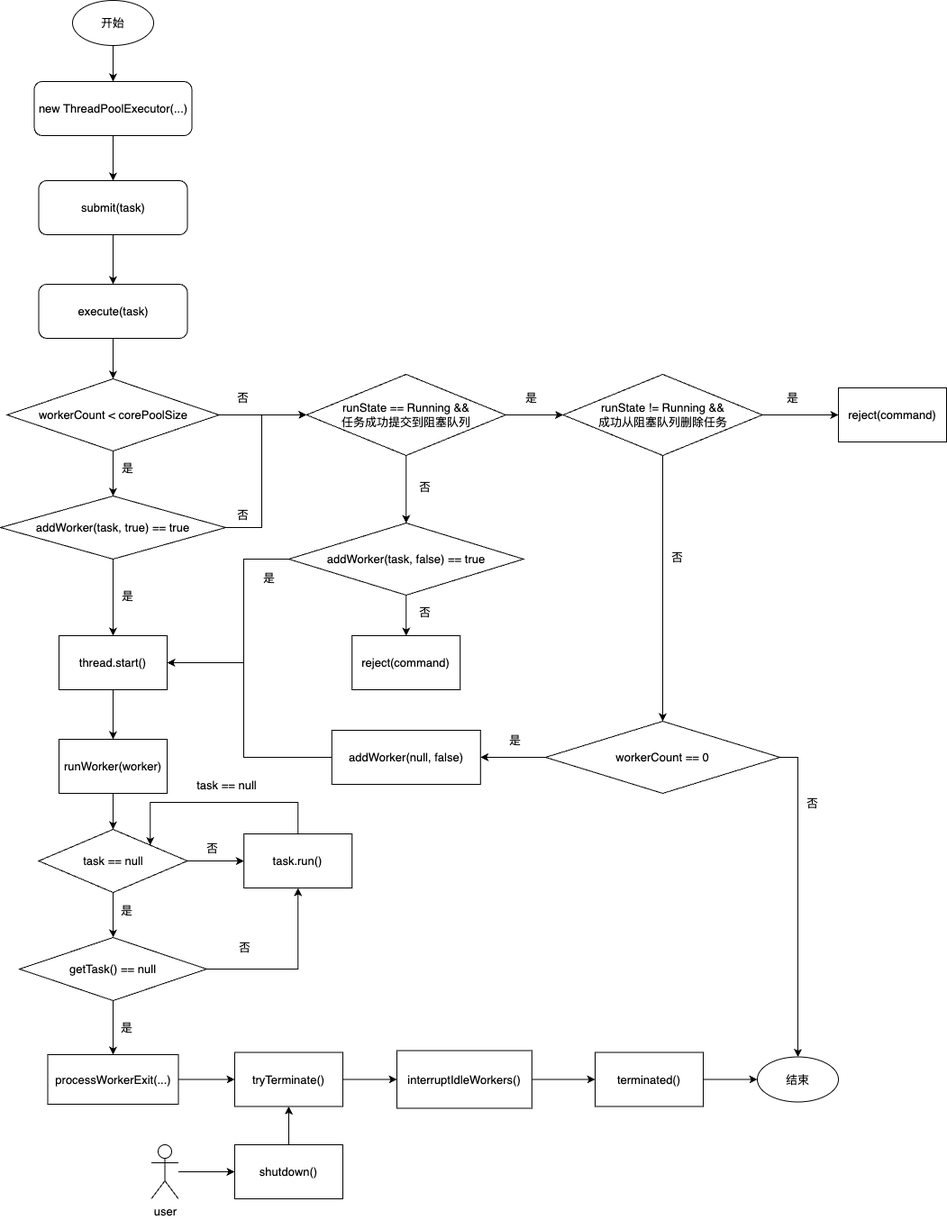
Earlier version of the draw.io export images/java/整体流程.drawio.png (Shaun2016/Shaun2016.github.io). Source tidied: cells renumbered, new cells last; positions are measured from the earlier drawing's top-left corner, leaving out a move shared by most shapes. Its diagram source:
```xml
<mxGraphModel>
  <root>
    <mxCell id="0" />
    <mxCell id="1" parent="0" />
    <mxCell id="2" style="edgeStyle=orthogonalEdgeStyle;rounded=0;jettySize=auto;html=1;entryX=0.5;entryY=0;entryDx=0;entryDy=0;fontSize=13;" parent="1" edge="1" source="3" target="5">
      <mxGeometry relative="1" as="geometry" />
    </mxCell>
    <mxCell id="3" value="开始" style="ellipse;whiteSpace=wrap;html=1;fontSize=13;" parent="1" vertex="1">
      <mxGeometry x="80" width="90" height="50" as="geometry" />
    </mxCell>
    <mxCell id="4" style="edgeStyle=orthogonalEdgeStyle;rounded=0;jettySize=auto;html=1;entryX=0.5;entryY=0;entryDx=0;entryDy=0;fontSize=13;" parent="1" edge="1" source="5" target="7">
      <mxGeometry relative="1" as="geometry" />
    </mxCell>
    <mxCell id="5" value="new ThreadPoolExecutor(...)" style="rounded=1;whiteSpace=wrap;html=1;fontSize=13;" parent="1" vertex="1">
      <mxGeometry x="37.5" y="90" width="175" height="60" as="geometry" />
    </mxCell>
    <mxCell id="6" style="edgeStyle=orthogonalEdgeStyle;rounded=0;jettySize=auto;html=1;exitX=0.5;exitY=1;exitDx=0;exitDy=0;entryX=0.5;entryY=0;entryDx=0;entryDy=0;fontSize=13;" parent="1" edge="1" source="7" target="9">
      <mxGeometry relative="1" as="geometry" />
    </mxCell>
    <mxCell id="7" value="submit(task)" style="rounded=1;whiteSpace=wrap;html=1;fontSize=13;" parent="1" vertex="1">
      <mxGeometry x="42.5" y="200" width="165" height="60" as="geometry" />
    </mxCell>
    <mxCell id="8" style="edgeStyle=orthogonalEdgeStyle;rounded=0;jettySize=auto;html=1;entryX=0.5;entryY=0;entryDx=0;entryDy=0;fontSize=13;" parent="1" edge="1" source="9" target="14">
      <mxGeometry relative="1" as="geometry" />
    </mxCell>
    <mxCell id="9" value="execute(task)" style="rounded=1;whiteSpace=wrap;html=1;fontSize=13;" parent="1" vertex="1">
      <mxGeometry x="42.5" y="315" width="165" height="60" as="geometry" />
    </mxCell>
    <mxCell id="10" style="edgeStyle=orthogonalEdgeStyle;rounded=0;jettySize=auto;html=1;entryX=0.5;entryY=0;entryDx=0;entryDy=0;fontSize=13;" parent="1" edge="1" source="14" target="30">
      <mxGeometry relative="1" as="geometry" />
    </mxCell>
    <mxCell id="11" value="是" style="edgeLabel;html=1;align=center;verticalAlign=middle;fontSize=13;" parent="10" vertex="1">
      <mxGeometry x="-0.27" y="-1" relative="1" as="geometry">
        <mxPoint x="16" as="offset" />
      </mxGeometry>
    </mxCell>
    <mxCell id="12" style="edgeStyle=orthogonalEdgeStyle;rounded=0;jettySize=auto;html=1;exitX=1;exitY=0.5;exitDx=0;exitDy=0;entryX=0;entryY=0.5;entryDx=0;entryDy=0;fontSize=13;" parent="1" edge="1" source="14" target="19">
      <mxGeometry relative="1" as="geometry" />
    </mxCell>
    <mxCell id="13" value="否" style="edgeLabel;html=1;align=center;verticalAlign=middle;fontSize=13;" parent="12" vertex="1">
      <mxGeometry x="-0.21" y="1" relative="1" as="geometry">
        <mxPoint x="-13" y="-19" as="offset" />
      </mxGeometry>
    </mxCell>
    <mxCell id="14" value="workerCount &amp;lt; corePoolSize" style="rhombus;whiteSpace=wrap;html=1;fontSize=13;" parent="1" vertex="1">
      <mxGeometry x="7.5" y="420" width="235" height="80" as="geometry" />
    </mxCell>
    <mxCell id="15" style="edgeStyle=orthogonalEdgeStyle;rounded=0;jettySize=auto;html=1;fontSize=13;" parent="1" edge="1" source="19" target="24">
      <mxGeometry relative="1" as="geometry" />
    </mxCell>
    <mxCell id="16" value="是" style="edgeLabel;html=1;align=center;verticalAlign=middle;fontSize=13;" parent="15" vertex="1">
      <mxGeometry x="-0.11" y="2" relative="1" as="geometry">
        <mxPoint y="-18" as="offset" />
      </mxGeometry>
    </mxCell>
    <mxCell id="17" style="edgeStyle=orthogonalEdgeStyle;rounded=0;jettySize=auto;html=1;exitX=0.5;exitY=1;exitDx=0;exitDy=0;entryX=0.5;entryY=0;entryDx=0;entryDy=0;fontSize=13;" parent="1" edge="1" source="19" target="42">
      <mxGeometry relative="1" as="geometry" />
    </mxCell>
    <mxCell id="18" value="否" style="edgeLabel;html=1;align=center;verticalAlign=middle;fontSize=13;" parent="17" vertex="1">
      <mxGeometry x="-0.09" y="-1" relative="1" as="geometry">
        <mxPoint x="21" as="offset" />
      </mxGeometry>
    </mxCell>
    <mxCell id="19" value="&lt;span&gt;runState&amp;nbsp;== Running &amp;amp;&amp;amp;&lt;/span&gt;&lt;div&gt;任务&lt;span style=&quot;background-color: transparent; color: light-dark(rgb(0, 0, 0), rgb(255, 255, 255));&quot;&gt;成功&lt;/span&gt;&lt;span style=&quot;background-color: transparent; color: light-dark(rgb(0, 0, 0), rgb(255, 255, 255));&quot;&gt;提交到阻塞队列&lt;/span&gt;&lt;/div&gt;" style="rhombus;whiteSpace=wrap;html=1;fontSize=13;" parent="1" vertex="1">
      <mxGeometry x="339.8" y="415" width="221" height="90" as="geometry" />
    </mxCell>
    <mxCell id="20" style="edgeStyle=orthogonalEdgeStyle;rounded=0;jettySize=auto;html=1;fontSize=13;" parent="1" edge="1" source="24" target="25">
      <mxGeometry relative="1" as="geometry" />
    </mxCell>
    <mxCell id="21" value="是" style="edgeLabel;html=1;align=center;verticalAlign=middle;fontSize=13;" parent="20" vertex="1">
      <mxGeometry x="-0.23" relative="1" as="geometry">
        <mxPoint x="1" y="-20" as="offset" />
      </mxGeometry>
    </mxCell>
    <mxCell id="22" style="edgeStyle=orthogonalEdgeStyle;rounded=0;jettySize=auto;html=1;exitX=0.5;exitY=1;exitDx=0;exitDy=0;entryX=0.5;entryY=0;entryDx=0;entryDy=0;fontSize=13;" parent="1" edge="1" source="24" target="37">
      <mxGeometry relative="1" as="geometry" />
    </mxCell>
    <mxCell id="23" value="否" style="edgeLabel;html=1;align=center;verticalAlign=middle;fontSize=13;" parent="22" vertex="1">
      <mxGeometry x="-0.27" y="2" relative="1" as="geometry">
        <mxPoint x="13" y="5" as="offset" />
      </mxGeometry>
    </mxCell>
    <mxCell id="24" value="&lt;span&gt;runState != Running &amp;amp;&amp;amp;&lt;/span&gt;&lt;div&gt;成功从阻塞队列删除任务&lt;/div&gt;" style="rhombus;whiteSpace=wrap;html=1;fontSize=13;" parent="1" vertex="1">
      <mxGeometry x="624.5" y="415" width="221" height="90" as="geometry" />
    </mxCell>
    <mxCell id="25" value="reject(command)" style="whiteSpace=wrap;html=1;fontSize=13;" parent="1" vertex="1">
      <mxGeometry x="930" y="430" width="120" height="60" as="geometry" />
    </mxCell>
    <mxCell id="26" style="edgeStyle=orthogonalEdgeStyle;rounded=0;jettySize=auto;html=1;fontSize=13;" parent="1" edge="1" source="30" target="32">
      <mxGeometry relative="1" as="geometry" />
    </mxCell>
    <mxCell id="27" value="是" style="edgeLabel;html=1;align=center;verticalAlign=middle;fontSize=13;" parent="26" vertex="1">
      <mxGeometry x="-0.06" y="-3" relative="1" as="geometry">
        <mxPoint x="18" as="offset" />
      </mxGeometry>
    </mxCell>
    <mxCell id="28" style="edgeStyle=orthogonalEdgeStyle;rounded=0;jettySize=auto;html=1;entryX=0;entryY=0.5;entryDx=0;entryDy=0;fontSize=13;" parent="1" edge="1" source="30" target="19">
      <mxGeometry relative="1" as="geometry">
        <Array as="points">
          <mxPoint x="290" y="585" />
          <mxPoint x="290" y="460" />
        </Array>
      </mxGeometry>
    </mxCell>
    <mxCell id="29" value="否" style="edgeLabel;html=1;align=center;verticalAlign=middle;fontSize=13;" parent="28" vertex="1">
      <mxGeometry x="-0.65" y="1" relative="1" as="geometry">
        <mxPoint x="-19" y="-14" as="offset" />
      </mxGeometry>
    </mxCell>
    <mxCell id="30" value="addWorker(task, true) == true" style="rhombus;whiteSpace=wrap;html=1;fontSize=13;" parent="1" vertex="1">
      <mxGeometry y="550" width="250" height="70" as="geometry" />
    </mxCell>
    <mxCell id="31" style="edgeStyle=orthogonalEdgeStyle;rounded=0;jettySize=auto;html=1;fontSize=13;" parent="1" edge="1" source="32" target="45">
      <mxGeometry relative="1" as="geometry" />
    </mxCell>
    <mxCell id="32" value="thread.start()" style="whiteSpace=wrap;html=1;fontSize=13;" parent="1" vertex="1">
      <mxGeometry x="65" y="705" width="120" height="60" as="geometry" />
    </mxCell>
    <mxCell id="33" style="edgeStyle=orthogonalEdgeStyle;rounded=0;jettySize=auto;html=1;fontSize=13;" parent="1" edge="1" source="37" target="47">
      <mxGeometry relative="1" as="geometry" />
    </mxCell>
    <mxCell id="34" value="是" style="edgeLabel;html=1;align=center;verticalAlign=middle;fontSize=13;" parent="33" vertex="1">
      <mxGeometry x="-0.01" y="-2" relative="1" as="geometry">
        <mxPoint x="1" y="-18" as="offset" />
      </mxGeometry>
    </mxCell>
    <mxCell id="35" style="edgeStyle=orthogonalEdgeStyle;rounded=0;jettySize=auto;html=1;exitX=1;exitY=0.5;exitDx=0;exitDy=0;fontSize=13;" parent="1" edge="1" source="37" target="71">
      <mxGeometry relative="1" as="geometry" />
    </mxCell>
    <mxCell id="36" value="否" style="edgeLabel;html=1;align=center;verticalAlign=middle;fontSize=13;" parent="35" vertex="1">
      <mxGeometry x="-0.61" relative="1" as="geometry">
        <mxPoint x="15" y="1" as="offset" />
      </mxGeometry>
    </mxCell>
    <mxCell id="37" value="workerCount == 0" style="rhombus;whiteSpace=wrap;html=1;fontSize=13;" parent="1" vertex="1">
      <mxGeometry x="605" y="800" width="260" height="80" as="geometry" />
    </mxCell>
    <mxCell id="38" style="edgeStyle=orthogonalEdgeStyle;rounded=0;jettySize=auto;html=1;exitX=0;exitY=0.5;exitDx=0;exitDy=0;entryX=1;entryY=0.5;entryDx=0;entryDy=0;fontSize=13;" parent="1" edge="1" source="42" target="32">
      <mxGeometry relative="1" as="geometry">
        <Array as="points">
          <mxPoint x="270" y="620" />
          <mxPoint x="270" y="735" />
        </Array>
      </mxGeometry>
    </mxCell>
    <mxCell id="39" value="是" style="edgeLabel;html=1;align=center;verticalAlign=middle;fontSize=13;" parent="38" vertex="1">
      <mxGeometry x="-0.74" y="4" relative="1" as="geometry">
        <mxPoint x="10" y="16" as="offset" />
      </mxGeometry>
    </mxCell>
    <mxCell id="40" style="edgeStyle=orthogonalEdgeStyle;rounded=0;jettySize=auto;html=1;exitX=0.5;exitY=1;exitDx=0;exitDy=0;entryX=0.5;entryY=0;entryDx=0;entryDy=0;fontSize=13;" parent="1" edge="1" source="42" target="43">
      <mxGeometry relative="1" as="geometry" />
    </mxCell>
    <mxCell id="41" value="否" style="edgeLabel;html=1;align=center;verticalAlign=middle;fontSize=13;" parent="40" vertex="1">
      <mxGeometry x="-0.2" y="-3" relative="1" as="geometry">
        <mxPoint x="23" as="offset" />
      </mxGeometry>
    </mxCell>
    <mxCell id="42" value="addWorker(task, false) == true" style="rhombus;whiteSpace=wrap;html=1;fontSize=13;" parent="1" vertex="1">
      <mxGeometry x="320" y="580" width="260.5" height="80" as="geometry" />
    </mxCell>
    <mxCell id="43" value="reject(command)" style="whiteSpace=wrap;html=1;fontSize=13;" parent="1" vertex="1">
      <mxGeometry x="390.2" y="705" width="120" height="60" as="geometry" />
    </mxCell>
    <mxCell id="44" style="edgeStyle=orthogonalEdgeStyle;rounded=0;jettySize=auto;html=1;exitX=0.5;exitY=1;exitDx=0;exitDy=0;entryX=0.5;entryY=0;entryDx=0;entryDy=0;fontSize=13;" parent="1" edge="1" source="45" target="51">
      <mxGeometry relative="1" as="geometry" />
    </mxCell>
    <mxCell id="45" value="runWorker(worker)" style="whiteSpace=wrap;html=1;fontSize=13;" parent="1" vertex="1">
      <mxGeometry x="65" y="820" width="120" height="60" as="geometry" />
    </mxCell>
    <mxCell id="46" style="edgeStyle=orthogonalEdgeStyle;rounded=0;jettySize=auto;html=1;exitX=0;exitY=0.5;exitDx=0;exitDy=0;entryX=1;entryY=0.5;entryDx=0;entryDy=0;fontSize=13;" parent="1" edge="1" source="47" target="32">
      <mxGeometry relative="1" as="geometry">
        <Array as="points">
          <mxPoint x="270" y="840" />
          <mxPoint x="270" y="735" />
        </Array>
      </mxGeometry>
    </mxCell>
    <mxCell id="47" value="addWorker(null, false)" style="whiteSpace=wrap;html=1;fontSize=13;" parent="1" vertex="1">
      <mxGeometry x="367.8" y="810" width="165" height="60" as="geometry" />
    </mxCell>
    <mxCell id="48" value="是" style="edgeStyle=orthogonalEdgeStyle;rounded=0;jettySize=auto;html=1;exitX=0.5;exitY=1;exitDx=0;exitDy=0;fontSize=13;" parent="1" edge="1" source="51" target="58">
      <mxGeometry x="-0.2" y="15" relative="1" as="geometry" />
    </mxCell>
    <mxCell id="49" style="edgeStyle=orthogonalEdgeStyle;rounded=0;jettySize=auto;html=1;fontSize=13;" parent="1" edge="1" source="51" target="52">
      <mxGeometry relative="1" as="geometry" />
    </mxCell>
    <mxCell id="50" value="否" style="edgeLabel;html=1;align=center;verticalAlign=middle;fontSize=13;" parent="49" vertex="1">
      <mxGeometry x="-0.16" y="2" relative="1" as="geometry">
        <mxPoint x="1" y="-13" as="offset" />
      </mxGeometry>
    </mxCell>
    <mxCell id="51" value="task == null" style="rhombus;whiteSpace=wrap;html=1;fontSize=13;" parent="1" vertex="1">
      <mxGeometry x="42.5" y="920" width="165" height="70" as="geometry" />
    </mxCell>
    <mxCell id="52" value="task.run()" style="whiteSpace=wrap;html=1;fontSize=13;" parent="1" vertex="1">
      <mxGeometry x="270.2" y="925" width="120" height="60" as="geometry" />
    </mxCell>
    <mxCell id="53" style="edgeStyle=orthogonalEdgeStyle;rounded=0;jettySize=auto;html=1;exitX=0.5;exitY=0;exitDx=0;exitDy=0;entryX=1;entryY=0;entryDx=0;entryDy=0;fontSize=13;" parent="1" edge="1" source="52" target="51">
      <mxGeometry relative="1" as="geometry">
        <Array as="points">
          <mxPoint x="330" y="890" />
          <mxPoint x="166" y="890" />
        </Array>
      </mxGeometry>
    </mxCell>
    <mxCell id="54" value="task == null" style="edgeLabel;html=1;align=center;verticalAlign=middle;fontSize=13;" parent="53" vertex="1">
      <mxGeometry x="-0.18" y="2" relative="1" as="geometry">
        <mxPoint x="-14" y="-22" as="offset" />
      </mxGeometry>
    </mxCell>
    <mxCell id="55" style="edgeStyle=orthogonalEdgeStyle;rounded=0;jettySize=auto;html=1;exitX=1;exitY=0.5;exitDx=0;exitDy=0;fontSize=13;" parent="1" edge="1" source="58" target="52">
      <mxGeometry relative="1" as="geometry" />
    </mxCell>
    <mxCell id="56" value="否" style="edgeLabel;html=1;align=center;verticalAlign=middle;fontSize=13;" parent="55" vertex="1">
      <mxGeometry x="-0.49" relative="1" as="geometry">
        <mxPoint x="-7" y="-25" as="offset" />
      </mxGeometry>
    </mxCell>
    <mxCell id="57" value="是" style="edgeStyle=orthogonalEdgeStyle;rounded=0;jettySize=auto;html=1;fontSize=13;" parent="1" edge="1" source="58" target="60">
      <mxGeometry y="15" relative="1" as="geometry" />
    </mxCell>
    <mxCell id="58" value="getTask() == null" style="rhombus;whiteSpace=wrap;html=1;fontSize=13;" parent="1" vertex="1">
      <mxGeometry x="21.2" y="1040" width="207.5" height="70" as="geometry" />
    </mxCell>
    <mxCell id="59" style="edgeStyle=orthogonalEdgeStyle;rounded=0;jettySize=auto;html=1;fontSize=13;" parent="1" edge="1" source="60" target="62">
      <mxGeometry relative="1" as="geometry" />
    </mxCell>
    <mxCell id="60" value="processWorkerExit(...)" style="whiteSpace=wrap;html=1;fontSize=13;" parent="1" vertex="1">
      <mxGeometry x="52.5" y="1170" width="145" height="55" as="geometry" />
    </mxCell>
    <mxCell id="61" style="edgeStyle=orthogonalEdgeStyle;rounded=0;jettySize=auto;html=1;fontSize=13;" parent="1" edge="1" source="62" target="64">
      <mxGeometry relative="1" as="geometry" />
    </mxCell>
    <mxCell id="62" value="tryTerminate()" style="whiteSpace=wrap;html=1;fontSize=13;" parent="1" vertex="1">
      <mxGeometry x="260" y="1167.5" width="120" height="60" as="geometry" />
    </mxCell>
    <mxCell id="63" style="edgeStyle=orthogonalEdgeStyle;rounded=0;jettySize=auto;html=1;fontSize=13;" parent="1" edge="1" source="64" target="70">
      <mxGeometry relative="1" as="geometry" />
    </mxCell>
    <mxCell id="64" value="interruptIdleWorkers()" style="whiteSpace=wrap;html=1;fontSize=13;" parent="1" vertex="1">
      <mxGeometry x="440" y="1165.5" width="149.8" height="64" as="geometry" />
    </mxCell>
    <mxCell id="65" style="edgeStyle=orthogonalEdgeStyle;rounded=0;jettySize=auto;html=1;exitX=0.5;exitY=0;exitDx=0;exitDy=0;fontSize=13;" parent="1" edge="1" source="66" target="62">
      <mxGeometry relative="1" as="geometry" />
    </mxCell>
    <mxCell id="66" value="shutdown()" style="rounded=0;whiteSpace=wrap;html=1;fontSize=13;" parent="1" vertex="1">
      <mxGeometry x="260" y="1270" width="120" height="60" as="geometry" />
    </mxCell>
    <mxCell id="67" style="edgeStyle=orthogonalEdgeStyle;rounded=0;jettySize=auto;html=1;entryX=0;entryY=0.5;entryDx=0;entryDy=0;fontSize=13;" parent="1" edge="1" source="68" target="66">
      <mxGeometry relative="1" as="geometry" />
    </mxCell>
    <mxCell id="68" value="user" style="shape=umlActor;verticalLabelPosition=bottom;verticalAlign=top;html=1;outlineConnect=0;fontSize=13;" parent="1" vertex="1">
      <mxGeometry x="167.5" y="1270" width="30" height="60" as="geometry" />
    </mxCell>
    <mxCell id="69" style="edgeStyle=orthogonalEdgeStyle;rounded=0;jettySize=auto;html=1;entryX=0;entryY=0.5;entryDx=0;entryDy=0;fontSize=13;" parent="1" edge="1" source="70" target="71">
      <mxGeometry relative="1" as="geometry" />
    </mxCell>
    <mxCell id="70" value="terminated()" style="whiteSpace=wrap;html=1;fontSize=13;" parent="1" vertex="1">
      <mxGeometry x="660" y="1167.5" width="120" height="60" as="geometry" />
    </mxCell>
    <mxCell id="71" value="结束" style="ellipse;whiteSpace=wrap;html=1;fontSize=13;" parent="1" vertex="1">
      <mxGeometry x="840" y="1172.5" width="90" height="50" as="geometry" />
    </mxCell>
  </root>
</mxGraphModel>
```
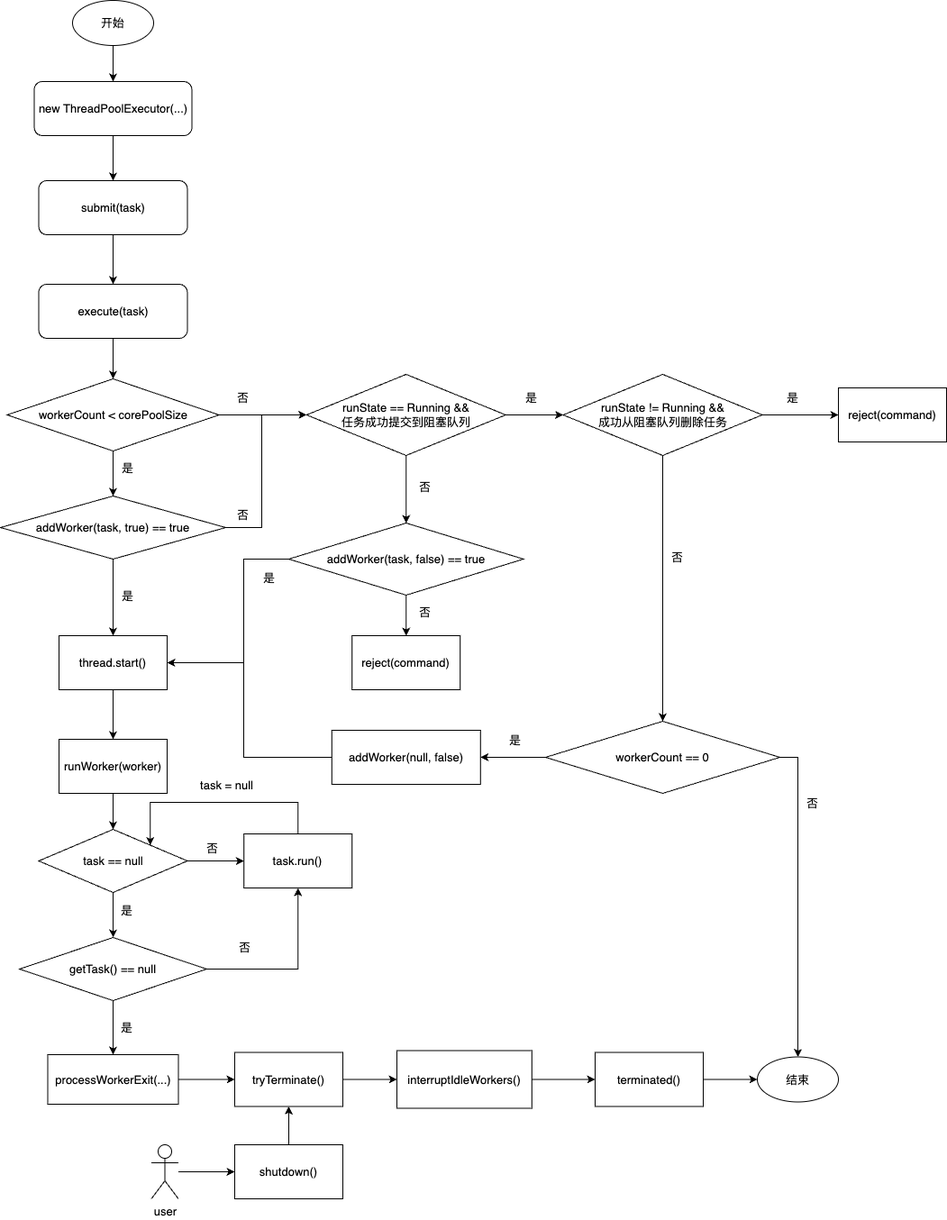
The same diagram one commit later.

What changed in the source:
```diff
@@ -204,7 +204,7 @@
         </Array>
       </mxGeometry>
     </mxCell>
-    <mxCell id="54" value="task == null" style="edgeLabel;html=1;align=center;verticalAlign=middle;fontSize=13;" parent="53" vertex="1">
+    <mxCell id="54" value="task = null" style="edgeLabel;html=1;align=center;verticalAlign=middle;fontSize=13;" parent="53" vertex="1">
       <mxGeometry x="-0.18" y="2" relative="1" as="geometry">
         <mxPoint x="-14" y="-22" as="offset" />
       </mxGeometry>
```
